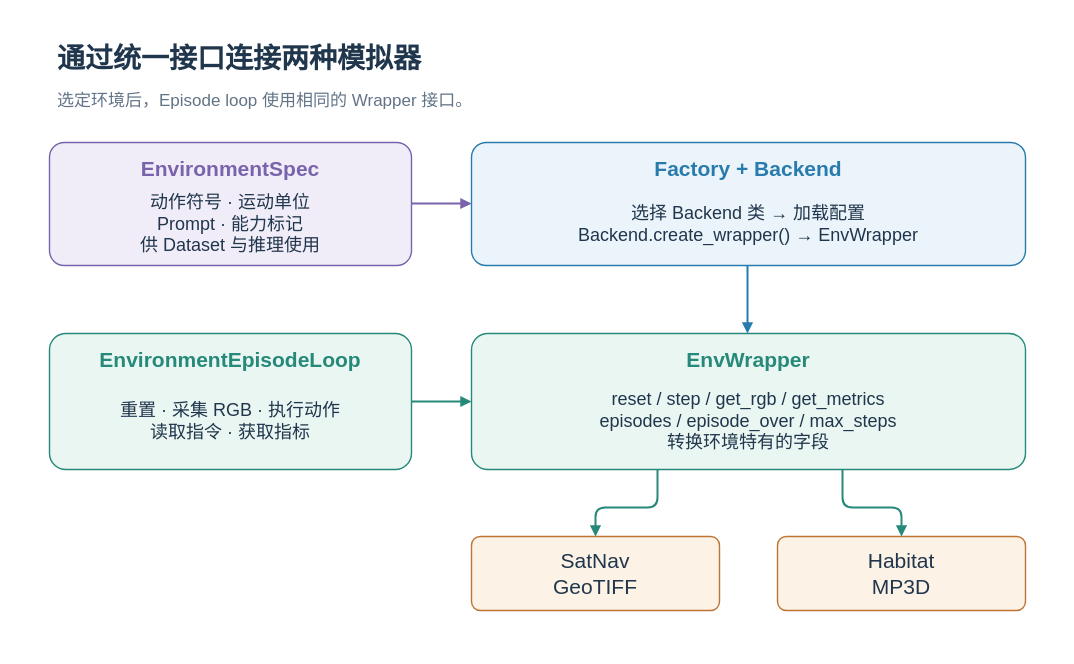
The draw.io diagram docs/assets/workflows/backend-layers.zh-CN.drawio in Eku127/SwiftVLN, before the edit. Source tidied: cells renumbered, new cells numbered last; positions are measured from the earlier drawing's top-left corner, leaving out a move shared by most shapes. Both pictures are drawn from the tidied source at 100%, with x=0, y=0 at pixel (17, 17).
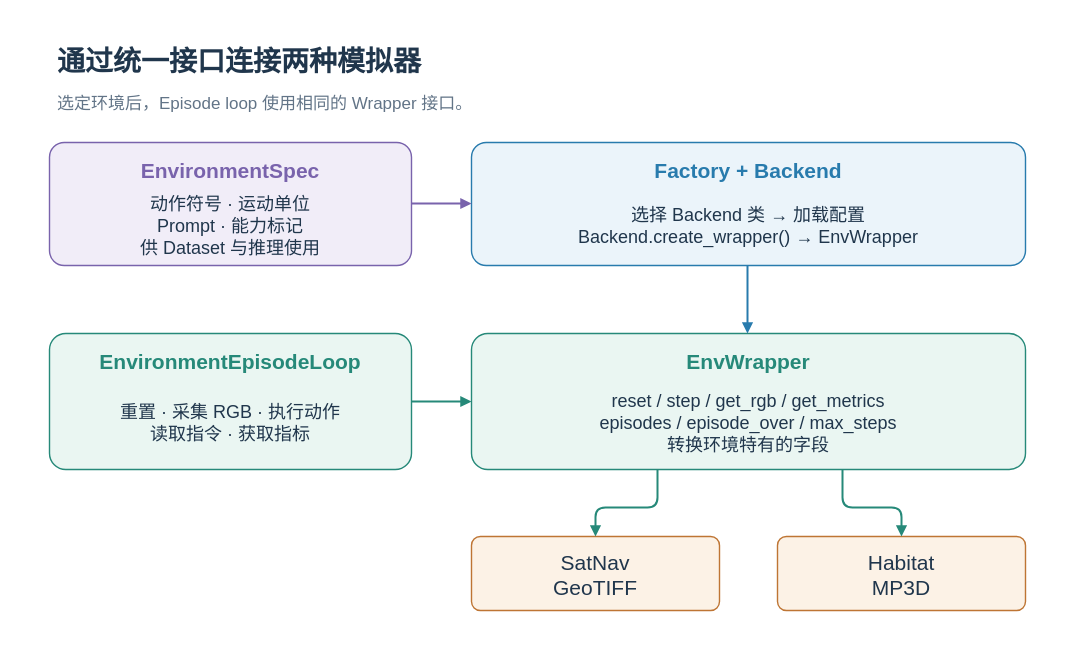
The same diagram, later.

The edit, as a diff of the source:
```diff
@@
-    <mxCell id="2" style="rounded=0;arcSize=12;whiteSpace=wrap;html=0;fillColor=#FFFFFF;strokeColor=none;strokeWidth=1.4;fontColor=#20364C;fontFamily=Arial;fontSize=19;fontStyle=0;align=center;verticalAlign=middle;spacing=8;" parent="1" vertex="1">
+    <mxCell id="2" style="rounded=0;arcSize=12;whiteSpace=nowrap;html=0;fillColor=#FFFFFF;strokeColor=none;strokeWidth=1.4;fontColor=#20364C;fontFamily=Arial;fontSize=19;fontStyle=0;align=center;verticalAlign=middle;spacing=8;" parent="1" vertex="1">
       <mxGeometry width="1040" height="630" as="geometry" />
     </mxCell>
-    <mxCell id="3" value="通过统一接口连接两种模拟器" style="rounded=0;arcSize=12;whiteSpace=wrap;html=0;fillColor=none;strokeColor=none;strokeWidth=1.4;fontColor=#20364C;fontFamily=Arial;fontSize=28;fontStyle=1;align=left;verticalAlign=middle;spacing=8;" parent="1" vertex="1">
+    <mxCell id="3" value="通过统一接口连接两种模拟器" style="rounded=0;arcSize=12;whiteSpace=nowrap;html=0;fillColor=none;strokeColor=none;strokeWidth=1.4;fontColor=#20364C;fontFamily=Arial;fontSize=28;fontStyle=1;align=left;verticalAlign=middle;spacing=8;" parent="1" vertex="1">
       <mxGeometry x="32" y="22" width="970" height="38" as="geometry" />
     </mxCell>
-    <mxCell id="4" value="选定环境后，Episode loop 使用相同的 Wrapper 接口。" style="rounded=0;arcSize=12;whiteSpace=wrap;html=0;fillColor=none;strokeColor=none;strokeWidth=1.4;fontColor=#627487;fontFamily=Arial;fontSize=17;fontStyle=0;align=left;verticalAlign=middle;spacing=8;" parent="1" vertex="1">
+    <mxCell id="4" value="选定环境后，Episode loop 使用相同的 Wrapper 接口。" style="rounded=0;arcSize=12;whiteSpace=nowrap;html=0;fillColor=none;strokeColor=none;strokeWidth=1.4;fontColor=#627487;fontFamily=Arial;fontSize=17;fontStyle=0;align=left;verticalAlign=middle;spacing=8;" parent="1" vertex="1">
       <mxGeometry x="32" y="67" width="970" height="34" as="geometry" />
     </mxCell>
-    <mxCell id="5" style="rounded=1;arcSize=12;whiteSpace=wrap;html=0;fillColor=#F1EDF8;strokeColor=#7963AC;strokeWidth=1.4;fontColor=#20364C;fontFamily=Arial;fontSize=19;fontStyle=0;align=center;verticalAlign=middle;spacing=8;" parent="1" vertex="1">
+    <mxCell id="5" style="rounded=1;arcSize=12;whiteSpace=nowrap;html=0;fillColor=#F1EDF8;strokeColor=#7963AC;strokeWidth=1.4;fontColor=#20364C;fontFamily=Arial;fontSize=19;fontStyle=0;align=center;verticalAlign=middle;spacing=8;" parent="1" vertex="1">
       <mxGeometry x="32" y="125" width="362" height="123" as="geometry" />
     </mxCell>
-    <mxCell id="6" value="EnvironmentSpec" style="rounded=0;arcSize=12;whiteSpace=wrap;html=0;fillColor=none;strokeColor=none;strokeWidth=1.4;fontColor=#7963AC;fontFamily=Arial;fontSize=21;fontStyle=1;align=center;verticalAlign=middle;spacing=8;" parent="1" vertex="1">
+    <mxCell id="6" value="EnvironmentSpec" style="rounded=0;arcSize=12;whiteSpace=nowrap;html=0;fillColor=none;strokeColor=none;strokeWidth=1.4;fontColor=#7963AC;fontFamily=Arial;fontSize=21;fontStyle=1;align=center;verticalAlign=middle;spacing=8;" parent="1" vertex="1">
       <mxGeometry x="42" y="135" width="342" height="32" as="geometry" />
     </mxCell>
-    <mxCell id="7" value="动作符号 · 运动单位&#10;Prompt · 能力标记&#10;供 Dataset 与推理使用" style="rounded=0;arcSize=12;whiteSpace=wrap;html=0;fillColor=none;strokeColor=none;strokeWidth=1.4;fontColor=#20364C;fontFamily=Arial;fontSize=18;fontStyle=0;align=center;verticalAlign=middle;spacing=8;" parent="1" vertex="1">
+    <mxCell id="7" value="动作符号 · 运动单位&#10;Prompt · 能力标记&#10;供 Dataset 与推理使用" style="rounded=0;arcSize=12;whiteSpace=nowrap;html=0;fillColor=none;strokeColor=none;strokeWidth=1.4;fontColor=#20364C;fontFamily=Arial;fontSize=18;fontStyle=0;align=center;verticalAlign=middle;spacing=8;" parent="1" vertex="1">
       <mxGeometry x="42" y="171" width="342" height="71" as="geometry" />
     </mxCell>
-    <mxCell id="8" style="rounded=1;arcSize=12;whiteSpace=wrap;html=0;fillColor=#EBF4FA;strokeColor=#287BAD;strokeWidth=1.4;fontColor=#20364C;fontFamily=Arial;fontSize=19;fontStyle=0;align=center;verticalAlign=middle;spacing=8;" parent="1" vertex="1">
+    <mxCell id="8" style="rounded=1;arcSize=12;whiteSpace=nowrap;html=0;fillColor=#EBF4FA;strokeColor=#287BAD;strokeWidth=1.4;fontColor=#20364C;fontFamily=Arial;fontSize=19;fontStyle=0;align=center;verticalAlign=middle;spacing=8;" parent="1" vertex="1">
       <mxGeometry x="454" y="125" width="554" height="123" as="geometry" />
     </mxCell>
-    <mxCell id="9" value="Factory + Backend" style="rounded=0;arcSize=12;whiteSpace=wrap;html=0;fillColor=none;strokeColor=none;strokeWidth=1.4;fontColor=#287BAD;fontFamily=Arial;fontSize=21;fontStyle=1;align=center;verticalAlign=middle;spacing=8;" parent="1" vertex="1">
+    <mxCell id="9" value="Factory + Backend" style="rounded=0;arcSize=12;whiteSpace=nowrap;html=0;fillColor=none;strokeColor=none;strokeWidth=1.4;fontColor=#287BAD;fontFamily=Arial;fontSize=21;fontStyle=1;align=center;verticalAlign=middle;spacing=8;" parent="1" vertex="1">
       <mxGeometry x="464" y="135" width="534" height="32" as="geometry" />
     </mxCell>
-    <mxCell id="10" value="选择 Backend 类 → 加载配置&#10;Backend.create_wrapper() → EnvWrapper" style="rounded=0;arcSize=12;whiteSpace=wrap;html=0;fillColor=none;strokeColor=none;strokeWidth=1.4;fontColor=#20364C;fontFamily=Arial;fontSize=18;fontStyle=0;align=center;verticalAlign=middle;spacing=8;" parent="1" vertex="1">
+    <mxCell id="10" value="选择 Backend 类 → 加载配置&#10;Backend.create_wrapper() → EnvWrapper" style="rounded=0;arcSize=12;whiteSpace=nowrap;html=0;fillColor=none;strokeColor=none;strokeWidth=1.4;fontColor=#20364C;fontFamily=Arial;fontSize=18;fontStyle=0;align=center;verticalAlign=middle;spacing=8;" parent="1" vertex="1">
       <mxGeometry x="464" y="171" width="534" height="71" as="geometry" />
     </mxCell>
@@
-    <mxCell id="12" style="rounded=1;arcSize=12;whiteSpace=wrap;html=0;fillColor=#EAF6F2;strokeColor=#268979;strokeWidth=1.4;fontColor=#20364C;fontFamily=Arial;fontSize=19;fontStyle=0;align=center;verticalAlign=middle;spacing=8;" parent="1" vertex="1">
+    <mxCell id="12" style="rounded=1;arcSize=12;whiteSpace=nowrap;html=0;fillColor=#EAF6F2;strokeColor=#268979;strokeWidth=1.4;fontColor=#20364C;fontFamily=Arial;fontSize=19;fontStyle=0;align=center;verticalAlign=middle;spacing=8;" parent="1" vertex="1">
       <mxGeometry x="32" y="316" width="362" height="136" as="geometry" />
     </mxCell>
-    <mxCell id="13" value="EnvironmentEpisodeLoop" style="rounded=0;arcSize=12;whiteSpace=wrap;html=0;fillColor=none;strokeColor=none;strokeWidth=1.4;fontColor=#268979;fontFamily=Arial;fontSize=21;fontStyle=1;align=center;verticalAlign=middle;spacing=8;" parent="1" vertex="1">
+    <mxCell id="13" value="EnvironmentEpisodeLoop" style="rounded=0;arcSize=12;whiteSpace=nowrap;html=0;fillColor=none;strokeColor=none;strokeWidth=1.4;fontColor=#268979;fontFamily=Arial;fontSize=21;fontStyle=1;align=center;verticalAlign=middle;spacing=8;" parent="1" vertex="1">
       <mxGeometry x="42" y="326" width="342" height="32" as="geometry" />
     </mxCell>
-    <mxCell id="14" value="重置 · 采集 RGB · 执行动作&#10;读取指令 · 获取指标" style="rounded=0;arcSize=12;whiteSpace=wrap;html=0;fillColor=none;strokeColor=none;strokeWidth=1.4;fontColor=#20364C;fontFamily=Arial;fontSize=18;fontStyle=0;align=center;verticalAlign=middle;spacing=8;" parent="1" vertex="1">
+    <mxCell id="14" value="重置 · 采集 RGB · 执行动作&#10;读取指令 · 获取指标" style="rounded=0;arcSize=12;whiteSpace=nowrap;html=0;fillColor=none;strokeColor=none;strokeWidth=1.4;fontColor=#20364C;fontFamily=Arial;fontSize=18;fontStyle=0;align=center;verticalAlign=middle;spacing=8;" parent="1" vertex="1">
       <mxGeometry x="42" y="362" width="342" height="84" as="geometry" />
     </mxCell>
-    <mxCell id="15" style="rounded=1;arcSize=12;whiteSpace=wrap;html=0;fillColor=#EAF6F2;strokeColor=#268979;strokeWidth=1.4;fontColor=#20364C;fontFamily=Arial;fontSize=19;fontStyle=0;align=center;verticalAlign=middle;spacing=8;" parent="1" vertex="1">
+    <mxCell id="15" style="rounded=1;arcSize=12;whiteSpace=nowrap;html=0;fillColor=#EAF6F2;strokeColor=#268979;strokeWidth=1.4;fontColor=#20364C;fontFamily=Arial;fontSize=19;fontStyle=0;align=center;verticalAlign=middle;spacing=8;" parent="1" vertex="1">
       <mxGeometry x="454" y="316" width="554" height="136" as="geometry" />
     </mxCell>
-    <mxCell id="16" value="EnvWrapper" style="rounded=0;arcSize=12;whiteSpace=wrap;html=0;fillColor=none;strokeColor=none;strokeWidth=1.4;fontColor=#268979;fontFamily=Arial;fontSize=21;fontStyle=1;align=center;verticalAlign=middle;spacing=8;" parent="1" vertex="1">
+    <mxCell id="16" value="EnvWrapper" style="rounded=0;arcSize=12;whiteSpace=nowrap;html=0;fillColor=none;strokeColor=none;strokeWidth=1.4;fontColor=#268979;fontFamily=Arial;fontSize=21;fontStyle=1;align=center;verticalAlign=middle;spacing=8;" parent="1" vertex="1">
       <mxGeometry x="464" y="326" width="534" height="32" as="geometry" />
     </mxCell>
-    <mxCell id="17" value="reset / step / get_rgb / get_metrics&#10;episodes / episode_over / max_steps&#10;转换环境特有的字段" style="rounded=0;arcSize=12;whiteSpace=wrap;html=0;fillColor=none;strokeColor=none;strokeWidth=1.4;fontColor=#20364C;fontFamily=Arial;fontSize=18;fontStyle=0;align=center;verticalAlign=middle;spacing=8;" parent="1" vertex="1">
+    <mxCell id="17" value="reset / step / get_rgb / get_metrics&#10;episodes / episode_over / max_steps&#10;转换环境特有的字段" style="rounded=0;arcSize=12;whiteSpace=nowrap;html=0;fillColor=none;strokeColor=none;strokeWidth=1.4;fontColor=#20364C;fontFamily=Arial;fontSize=18;fontStyle=0;align=center;verticalAlign=middle;spacing=8;" parent="1" vertex="1">
       <mxGeometry x="464" y="362" width="534" height="84" as="geometry" />
     </mxCell>
@@
-    <mxCell id="20" value="SatNav&#10;GeoTIFF" style="rounded=1;arcSize=12;whiteSpace=wrap;html=0;fillColor=#FCF2E6;strokeColor=#BE7534;strokeWidth=1.4;fontColor=#20364C;fontFamily=Arial;fontSize=21;fontStyle=0;align=center;verticalAlign=middle;spacing=8;" parent="1" vertex="1">
+    <mxCell id="20" value="SatNav&#10;GeoTIFF" style="rounded=1;arcSize=12;whiteSpace=nowrap;html=0;fillColor=#FCF2E6;strokeColor=#BE7534;strokeWidth=1.4;fontColor=#20364C;fontFamily=Arial;fontSize=21;fontStyle=0;align=center;verticalAlign=middle;spacing=8;" parent="1" vertex="1">
       <mxGeometry x="454" y="519" width="248" height="74" as="geometry" />
     </mxCell>
-    <mxCell id="21" value="Habitat&#10;MP3D" style="rounded=1;arcSize=12;whiteSpace=wrap;html=0;fillColor=#FCF2E6;strokeColor=#BE7534;strokeWidth=1.4;fontColor=#20364C;fontFamily=Arial;fontSize=21;fontStyle=0;align=center;verticalAlign=middle;spacing=8;" parent="1" vertex="1">
+    <mxCell id="21" value="Habitat&#10;MP3D" style="rounded=1;arcSize=12;whiteSpace=nowrap;html=0;fillColor=#FCF2E6;strokeColor=#BE7534;strokeWidth=1.4;fontColor=#20364C;fontFamily=Arial;fontSize=21;fontStyle=0;align=center;verticalAlign=middle;spacing=8;" parent="1" vertex="1">
       <mxGeometry x="760" y="519" width="248" height="74" as="geometry" />
     </mxCell>
```
